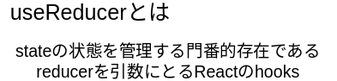
The draw.io diagram hooks-description.drawio.svg in awsome-cats/description-react-todo-contextApi-combineReducers, before a commit. Source tidied: cells renumbered, new cells last; positions are measured from the earlier drawing's top-left corner, leaving out a move shared by most shapes.
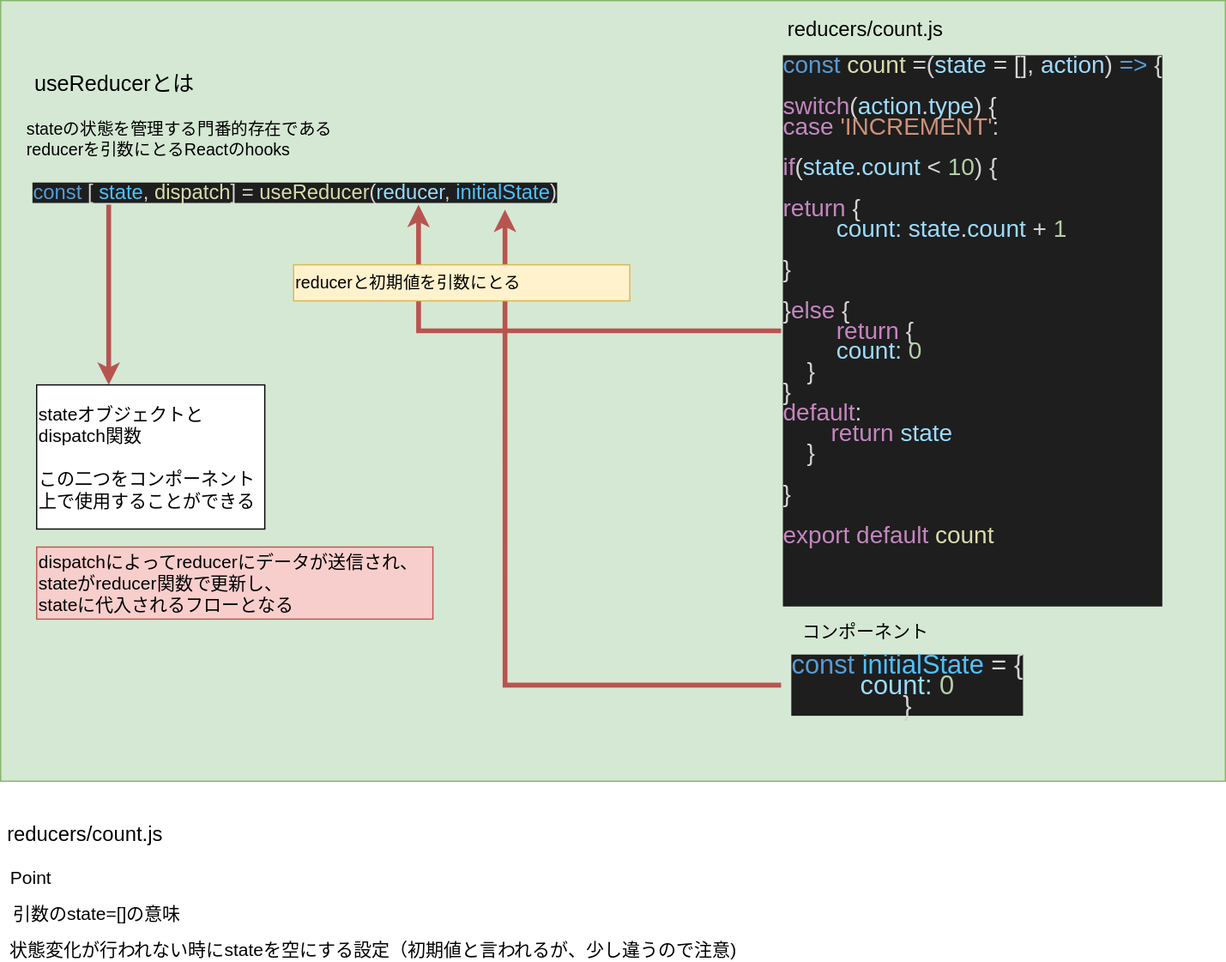
After the commit.

Commit message:
hooks-description.drawio.svg を更新します

The edit, as a diff of the source:
```diff
@@ -2,11 +2,64 @@
   <root>
     <mxCell id="0" />
     <mxCell id="1" parent="0" />
+    <mxCell id="4" style="rounded=0;whiteSpace=wrap;html=1;fontSize=15;align=left;fillColor=#d5e8d4;strokeColor=#82b366;" parent="1" vertex="1">
+      <mxGeometry x="-20" y="-60" width="1020" height="650" as="geometry" />
+    </mxCell>
     <mxCell id="2" value="useReducerとは" style="text;html=1;strokeColor=none;fillColor=none;align=center;verticalAlign=middle;whiteSpace=wrap;rounded=0;fontSize=18;" parent="1" vertex="1">
       <mxGeometry width="150" height="20" as="geometry" />
     </mxCell>
-    <mxCell id="3" value="stateの状態を管理する門番的存在であるreducerを引数にとるReactのhooks" style="text;html=1;strokeColor=none;fillColor=none;align=center;verticalAlign=middle;whiteSpace=wrap;rounded=0;fontSize=14;" parent="1" vertex="1">
-      <mxGeometry y="40" width="280" height="20" as="geometry" />
+    <mxCell id="3" value="stateの状態を管理する門番的存在であるreducerを引数にとるReactのhooks" style="text;html=1;strokeColor=none;fillColor=none;align=left;verticalAlign=middle;whiteSpace=wrap;rounded=0;fontSize=14;" parent="1" vertex="1">
+      <mxGeometry y="40" width="280" height="30" as="geometry" />
     </mxCell>
+    <mxCell id="5" style="edgeStyle=orthogonalEdgeStyle;rounded=0;jettySize=auto;html=1;fontSize=15;strokeColor=#B85450;strokeWidth=4;" parent="1" edge="1" source="6" target="18">
+      <mxGeometry relative="1" as="geometry">
+        <Array as="points">
+          <mxPoint x="70" y="120" />
+          <mxPoint x="70" y="120" />
+        </Array>
+      </mxGeometry>
+    </mxCell>
+    <mxCell id="6" value="&lt;div style=&quot;color: rgb(212, 212, 212); background-color: rgb(30, 30, 30); font-size: 17px; line-height: 17px;&quot;&gt;&lt;span style=&quot;color: rgb(86, 156, 214); font-size: 17px;&quot;&gt;const&lt;/span&gt; [ &lt;span style=&quot;color: rgb(79, 193, 255); font-size: 17px;&quot;&gt;state&lt;/span&gt;, &lt;span style=&quot;color: rgb(220, 220, 170); font-size: 17px;&quot;&gt;dispatch&lt;/span&gt;] =  &lt;span style=&quot;color: rgb(220, 220, 170); font-size: 17px;&quot;&gt;useReducer&lt;/span&gt;(&lt;span style=&quot;color: rgb(156, 220, 254); font-size: 17px;&quot;&gt;reducer&lt;/span&gt;, &lt;span style=&quot;color: rgb(79, 193, 255); font-size: 17px;&quot;&gt;initialState&lt;/span&gt;)&lt;/div&gt;" style="text;html=1;align=center;verticalAlign=middle;points=[];strokeColor=none;fillColor=none;fontSize=17;" parent="1" vertex="1">
+      <mxGeometry y="90" width="450" height="20" as="geometry" />
+    </mxCell>
+    <mxCell id="7" style="edgeStyle=orthogonalEdgeStyle;rounded=0;jettySize=auto;html=1;fontSize=17;strokeColor=#B85450;strokeWidth=4;entryX=0.729;entryY=1;entryDx=0;entryDy=0;entryPerimeter=0;" parent="1" edge="1" source="8" target="6">
+      <mxGeometry relative="1" as="geometry" />
+    </mxCell>
+    <mxCell id="8" value="&lt;div style=&quot;color: rgb(212 , 212 , 212) ; background-color: rgb(30 , 30 , 30) ; font-size: 20px ; line-height: 17px&quot;&gt;&lt;div style=&quot;font-size: 20px&quot;&gt;&lt;span style=&quot;color: rgb(86 , 156 , 214) ; font-size: 20px&quot;&gt;const&lt;/span&gt; &lt;span style=&quot;color: rgb(220 , 220 , 170) ; font-size: 20px&quot;&gt;count&lt;/span&gt; =(&lt;span style=&quot;color: rgb(156 , 220 , 254) ; font-size: 20px&quot;&gt;state&lt;/span&gt; = [], &lt;span style=&quot;color: rgb(156 , 220 , 254) ; font-size: 20px&quot;&gt;action&lt;/span&gt;) &lt;span style=&quot;color: rgb(86 , 156 , 214) ; font-size: 20px&quot;&gt;=&amp;gt;&lt;/span&gt; {&lt;/div&gt;&lt;div style=&quot;font-size: 20px&quot;&gt;&lt;span style=&quot;color: rgb(197 , 134 , 192) ; font-size: 20px&quot;&gt;&lt;br&gt;&lt;/span&gt;&lt;/div&gt;&lt;div style=&quot;font-size: 20px&quot;&gt;    &lt;span style=&quot;color: rgb(197 , 134 , 192) ; font-size: 20px&quot;&gt;switch&lt;/span&gt;(&lt;span style=&quot;color: rgb(156 , 220 , 254) ; font-size: 20px&quot;&gt;action&lt;/span&gt;.&lt;span style=&quot;color: rgb(156 , 220 , 254) ; font-size: 20px&quot;&gt;type&lt;/span&gt;) {&lt;/div&gt;&lt;div style=&quot;font-size: 20px&quot;&gt;        &lt;span style=&quot;color: rgb(197 , 134 , 192) ; font-size: 20px&quot;&gt;case&lt;/span&gt; &lt;span style=&quot;color: rgb(206 , 145 , 120) ; font-size: 20px&quot;&gt;'INCREMENT'&lt;/span&gt;:&lt;/div&gt;&lt;div style=&quot;font-size: 20px&quot;&gt;&lt;br&gt;&lt;/div&gt;&lt;div style=&quot;font-size: 20px&quot;&gt;           &lt;span style=&quot;color: rgb(197 , 134 , 192) ; font-size: 20px&quot;&gt;if&lt;/span&gt;(&lt;span style=&quot;color: rgb(156 , 220 , 254) ; font-size: 20px&quot;&gt;state&lt;/span&gt;.&lt;span style=&quot;color: rgb(156 , 220 , 254) ; font-size: 20px&quot;&gt;count&lt;/span&gt; &amp;lt; &lt;span style=&quot;color: rgb(181 , 206 , 168) ; font-size: 20px&quot;&gt;10&lt;/span&gt;) {&lt;/div&gt;&lt;div style=&quot;font-size: 20px&quot;&gt;&lt;br&gt;&lt;/div&gt;&lt;div style=&quot;font-size: 20px&quot;&gt;               &lt;span style=&quot;color: rgb(197 , 134 , 192) ; font-size: 20px&quot;&gt;return&lt;/span&gt; {&amp;nbsp;&lt;/div&gt;&lt;div style=&quot;font-size: 20px&quot;&gt;&lt;span style=&quot;color: rgb(156 , 220 , 254) ; font-size: 20px&quot;&gt;&lt;span style=&quot;white-space: pre&quot;&gt;&#9;&lt;/span&gt;count&lt;/span&gt;&lt;span style=&quot;color: rgb(156 , 220 , 254)&quot;&gt;:&lt;/span&gt; &lt;span style=&quot;color: rgb(156 , 220 , 254)&quot;&gt;state&lt;/span&gt;.&lt;span style=&quot;color: rgb(156 , 220 , 254)&quot;&gt;count&lt;/span&gt; + &lt;span style=&quot;color: rgb(181 , 206 , 168)&quot;&gt;1&lt;/span&gt;&lt;/div&gt;&lt;div style=&quot;font-size: 20px&quot;&gt;&lt;br&gt;&lt;/div&gt;&lt;div style=&quot;font-size: 20px&quot;&gt;}&lt;/div&gt;&lt;div style=&quot;font-size: 20px&quot;&gt;&lt;br&gt;&lt;/div&gt;&lt;div style=&quot;font-size: 20px&quot;&gt;           }&lt;span style=&quot;color: rgb(197 , 134 , 192) ; font-size: 20px&quot;&gt;else&lt;/span&gt; {&lt;/div&gt;&lt;div style=&quot;font-size: 20px&quot;&gt;               &lt;span style=&quot;color: rgb(197 , 134 , 192) ; font-size: 20px&quot;&gt;&lt;span style=&quot;white-space: pre&quot;&gt;&#9;&lt;/span&gt;return&lt;/span&gt; {&lt;/div&gt;&lt;div style=&quot;font-size: 20px&quot;&gt;                   &lt;span style=&quot;color: rgb(156 , 220 , 254) ; font-size: 20px&quot;&gt;&lt;span style=&quot;white-space: pre&quot;&gt;&#9;&lt;/span&gt;count&lt;/span&gt;&lt;span style=&quot;color: rgb(156 , 220 , 254) ; font-size: 20px&quot;&gt;:&lt;/span&gt; &lt;span style=&quot;color: rgb(181 , 206 , 168) ; font-size: 20px&quot;&gt;0&lt;/span&gt;&lt;/div&gt;&lt;div style=&quot;font-size: 20px&quot;&gt;　}&lt;/div&gt;&lt;div style=&quot;font-size: 20px&quot;&gt;           }&lt;/div&gt;&lt;div style=&quot;font-size: 20px&quot;&gt;&lt;span style=&quot;color: rgb(197 , 134 , 192) ; font-size: 20px&quot;&gt;default&lt;/span&gt;:&lt;/div&gt;&lt;div style=&quot;font-size: 20px&quot;&gt;        &lt;span style=&quot;color: rgb(197 , 134 , 192) ; font-size: 20px&quot;&gt;　　return&lt;/span&gt; &lt;span style=&quot;color: rgb(156 , 220 , 254) ; font-size: 20px&quot;&gt;state&lt;/span&gt;&lt;/div&gt;&lt;div style=&quot;font-size: 20px&quot;&gt;　}&lt;/div&gt;&lt;br style=&quot;font-size: 20px&quot;&gt;&lt;div style=&quot;font-size: 20px&quot;&gt;}&lt;/div&gt;&lt;br style=&quot;font-size: 20px&quot;&gt;&lt;div style=&quot;font-size: 20px&quot;&gt;&lt;span style=&quot;color: rgb(197 , 134 , 192) ; font-size: 20px&quot;&gt;export&lt;/span&gt; &lt;span style=&quot;color: rgb(197 , 134 , 192) ; font-size: 20px&quot;&gt;default&lt;/span&gt; &lt;span style=&quot;color: rgb(220 , 220 , 170) ; font-size: 20px&quot;&gt;count&lt;/span&gt;&lt;/div&gt;&lt;div style=&quot;font-size: 20px&quot;&gt;&lt;span style=&quot;color: rgb(220 , 220 , 170) ; font-size: 20px&quot;&gt;&lt;br&gt;&lt;/span&gt;&lt;/div&gt;&lt;div style=&quot;font-size: 20px&quot;&gt;&lt;span style=&quot;color: rgb(220 , 220 , 170) ; font-size: 20px&quot;&gt;&lt;br&gt;&lt;/span&gt;&lt;/div&gt;&lt;div style=&quot;font-size: 20px&quot;&gt;&lt;span style=&quot;color: rgb(220 , 220 , 170) ; font-size: 20px&quot;&gt;&lt;br&gt;&lt;/span&gt;&lt;/div&gt;&lt;/div&gt;" style="text;html=1;align=left;verticalAlign=middle;points=[];strokeColor=none;fillColor=none;fontSize=20;" parent="1" vertex="1">
+      <mxGeometry x="630" y="-15" width="330" height="460" as="geometry" />
+    </mxCell>
+    <mxCell id="9" style="edgeStyle=orthogonalEdgeStyle;rounded=0;jettySize=auto;html=1;fontSize=22;entryX=0.889;entryY=1.2;entryDx=0;entryDy=0;entryPerimeter=0;fillColor=#f8cecc;strokeColor=#B85450;strokeWidth=4;" parent="1" edge="1" source="10" target="6">
+      <mxGeometry relative="1" as="geometry" />
+    </mxCell>
+    <mxCell id="10" value="&lt;div style=&quot;color: rgb(212, 212, 212); background-color: rgb(30, 30, 30); font-size: 22px; line-height: 17px;&quot;&gt;&lt;div style=&quot;font-size: 22px;&quot;&gt;&lt;span style=&quot;color: rgb(86, 156, 214); font-size: 22px;&quot;&gt;const&lt;/span&gt; &lt;span style=&quot;color: rgb(79, 193, 255); font-size: 22px;&quot;&gt;initialState&lt;/span&gt; = {&lt;/div&gt;&lt;div style=&quot;font-size: 22px;&quot;&gt;    &lt;span style=&quot;color: rgb(156, 220, 254); font-size: 22px;&quot;&gt;count&lt;/span&gt;&lt;span style=&quot;color: rgb(156, 220, 254); font-size: 22px;&quot;&gt;:&lt;/span&gt; &lt;span style=&quot;color: rgb(181, 206, 168); font-size: 22px;&quot;&gt;0&lt;/span&gt;&lt;/div&gt;&lt;div style=&quot;font-size: 22px;&quot;&gt;}&lt;/div&gt;&lt;/div&gt;" style="text;html=1;align=center;verticalAlign=middle;points=[];strokeColor=none;fillColor=none;fontSize=22;" parent="1" vertex="1">
+      <mxGeometry x="630" y="480" width="210" height="60" as="geometry" />
+    </mxCell>
+    <mxCell id="11" value="reducerと初期値を引数にとる" style="text;html=1;strokeColor=#d6b656;fillColor=#fff2cc;align=left;verticalAlign=middle;whiteSpace=wrap;rounded=0;fontSize=14;" parent="1" vertex="1">
+      <mxGeometry x="224" y="160" width="280" height="30" as="geometry" />
+    </mxCell>
+    <mxCell id="12" value="reducers/count.js" style="text;html=1;align=center;verticalAlign=middle;strokeColor=none;fillColor=none;fontSize=17;" parent="1" vertex="1">
+      <mxGeometry x="630" y="-50" width="140" height="30" as="geometry" />
+    </mxCell>
+    <mxCell id="13" value="コンポーネント" style="text;html=1;align=center;verticalAlign=middle;strokeColor=none;fillColor=none;fontSize=15;" parent="1" vertex="1">
+      <mxGeometry x="640" y="455" width="120" height="20" as="geometry" />
+    </mxCell>
+    <mxCell id="14" value="reducers/count.js" style="text;html=1;align=center;verticalAlign=middle;strokeColor=none;fillColor=none;fontSize=17;" parent="1" vertex="1">
+      <mxGeometry x="-20" y="620" width="140" height="30" as="geometry" />
+    </mxCell>
+    <mxCell id="15" value="Point" style="text;html=1;align=center;verticalAlign=middle;strokeColor=none;fillColor=none;fontSize=15;" parent="1" vertex="1">
+      <mxGeometry x="-20" y="660" width="50" height="20" as="geometry" />
+    </mxCell>
+    <mxCell id="16" value="引数のstate=[]の意味" style="text;html=1;align=center;verticalAlign=middle;strokeColor=none;fillColor=none;fontSize=15;" parent="1" vertex="1">
+      <mxGeometry x="-20" y="690" width="160" height="20" as="geometry" />
+    </mxCell>
+    <mxCell id="17" value="状態変化が行われない時にstateを空にする設定（初期値と言われるが、少し違うので注意)" style="text;html=1;align=center;verticalAlign=middle;strokeColor=none;fillColor=none;fontSize=15;" parent="1" vertex="1">
+      <mxGeometry x="-20" y="720" width="620" height="20" as="geometry" />
+    </mxCell>
+    <mxCell id="18" value="stateオブジェクトとdispatch関数&lt;br&gt;&lt;br&gt;この二つをコンポーネント上で使用することができる" style="whiteSpace=wrap;html=1;fontSize=15;align=left;" parent="1" vertex="1">
+      <mxGeometry x="10" y="260" width="190" height="120" as="geometry" />
+    </mxCell>
+    <mxCell id="19" value="dispatchによってreducerにデータが送信され、&lt;br&gt;stateがreducer関数で更新し、&lt;br&gt;stateに代入されるフローとなる" style="text;html=1;align=left;verticalAlign=middle;strokeColor=#b85450;fillColor=#f8cecc;fontSize=15;" parent="1" vertex="1">
+      <mxGeometry x="10" y="395" width="330" height="60" as="geometry" />
+    </mxCell>
   </root>
 </mxGraphModel>
```
